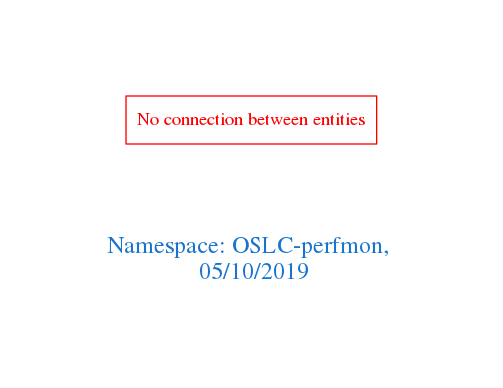
arago/OGIT keeps this Graphviz diagram as downloads/OSLC-perfmon.png. Above is the earlier version. Its source is kept beside it as downloads/OSLC-perfmon.dot.
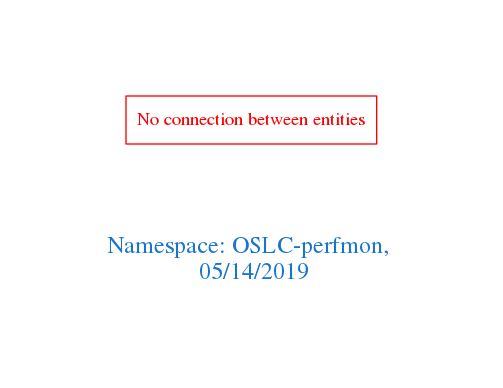
Later version of the same file.

The edit, as a diff of the source:
```diff
@@ -1,7 +1,7 @@
 digraph OGIT_ontology {
  graph [ rankdir= LR,pad=1
 fontsize = 18,
-fontcolor= dodgerblue3,label = "\n\n\nNamespace: OSLC-perfmon, \n 05/10/2019"];
+fontcolor= dodgerblue3,label = "\n\n\nNamespace: OSLC-perfmon, \n 05/14/2019"];
 node[shape=polygon];
 edge [  color="gray81"];
 
```
